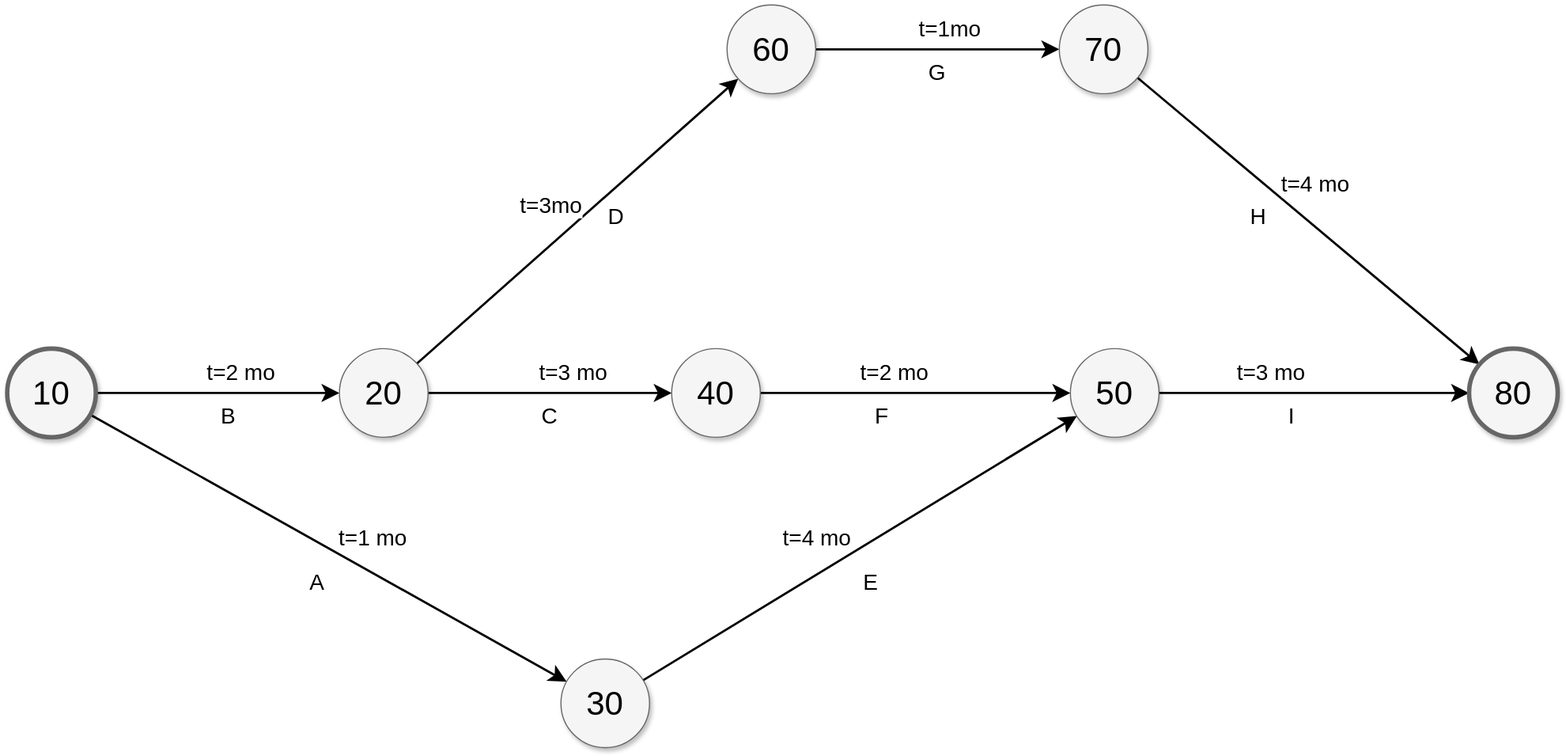
t0t/o1234-doc keeps this draw.io diagram as o1234-v2.drawio.svg. Above is the earlier version. Source tidied: cells renumbered, new cells last; positions are measured from the earlier drawing's top-left corner, leaving out a move shared by most shapes.
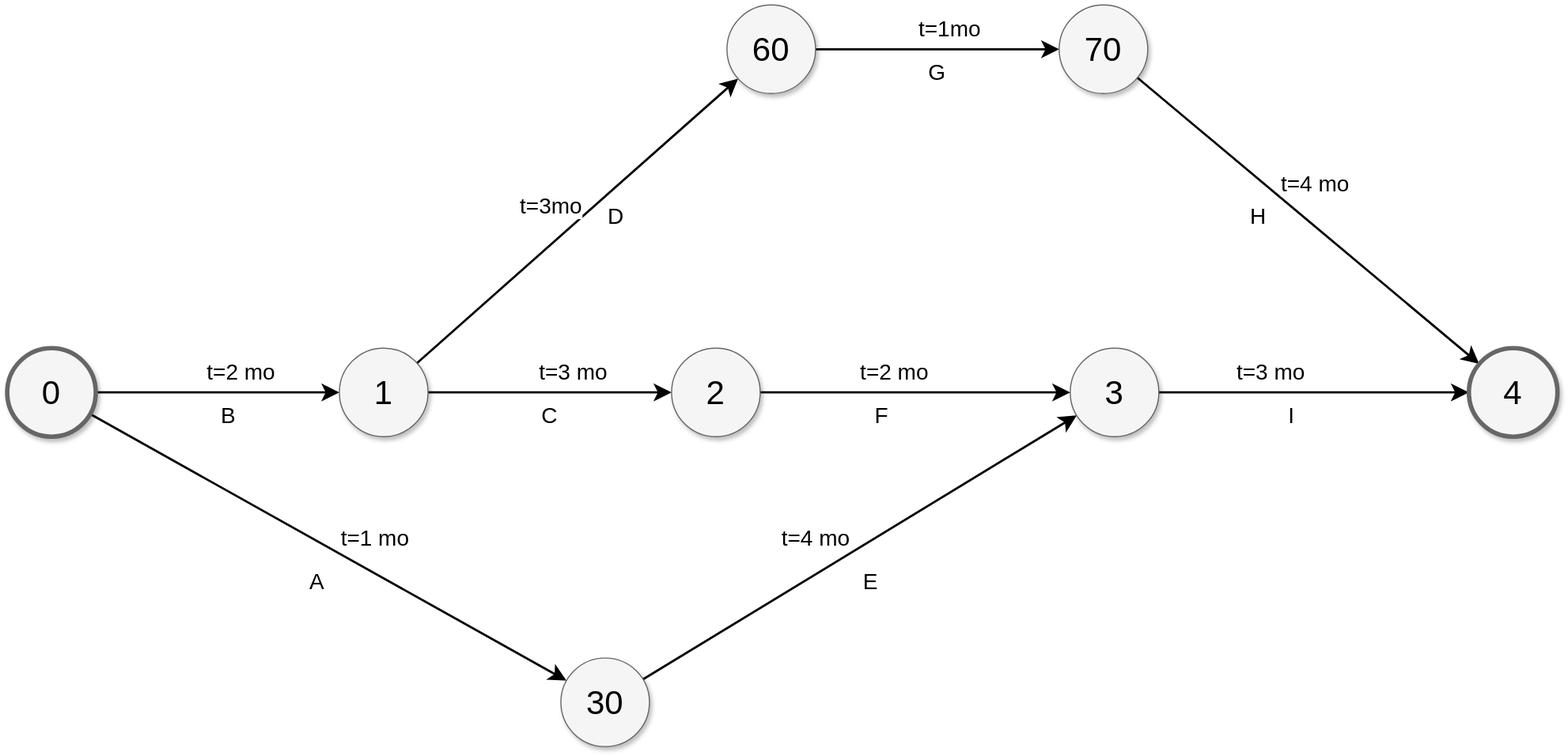
Later version of the same file.

Change to the diagram source:
```diff
@@ -18,7 +18,7 @@
         <mxPoint x="57" y="-3" as="offset" />
       </mxGeometry>
     </mxCell>
-    <mxCell id="6" value="10" style="ellipse;whiteSpace=wrap;html=1;rounded=0;shadow=1;strokeColor=#666666;strokeWidth=4;fontSize=30;align=center;fillColor=#f5f5f5;" parent="1" vertex="1">
+    <mxCell id="6" value="0" style="ellipse;whiteSpace=wrap;html=1;rounded=0;shadow=1;strokeColor=#666666;strokeWidth=4;fontSize=30;align=center;fillColor=#f5f5f5;" parent="1" vertex="1">
       <mxGeometry y="310" width="80" height="80" as="geometry" />
     </mxCell>
     <mxCell id="7" style="edgeStyle=none;curved=1;html=1;startSize=10;endFill=1;endSize=10;strokeWidth=2;fontSize=12;" parent="1" edge="1" source="11" target="23">
@@ -37,7 +37,7 @@
         <mxPoint x="-51" y="4" as="offset" />
       </mxGeometry>
     </mxCell>
-    <mxCell id="11" value="20" style="ellipse;whiteSpace=wrap;html=1;rounded=0;shadow=1;strokeColor=#666666;strokeWidth=1;fontSize=30;align=center;fillColor=#f5f5f5;" parent="1" vertex="1">
+    <mxCell id="11" value="1" style="ellipse;whiteSpace=wrap;html=1;rounded=0;shadow=1;strokeColor=#666666;strokeWidth=1;fontSize=30;align=center;fillColor=#f5f5f5;" parent="1" vertex="1">
       <mxGeometry x="300" y="310" width="80" height="80" as="geometry" />
     </mxCell>
     <mxCell id="12" style="edgeStyle=none;curved=1;html=1;startSize=10;endFill=1;endSize=10;strokeWidth=2;fontSize=12;" parent="1" edge="1" source="14" target="17">
@@ -59,7 +59,7 @@
         <mxPoint x="18" y="-21" as="offset" />
       </mxGeometry>
     </mxCell>
-    <mxCell id="17" value="50" style="ellipse;whiteSpace=wrap;html=1;rounded=0;shadow=1;strokeColor=#666666;strokeWidth=1;fontSize=30;align=center;fillColor=#f5f5f5;" parent="1" vertex="1">
+    <mxCell id="17" value="3" style="ellipse;whiteSpace=wrap;html=1;rounded=0;shadow=1;strokeColor=#666666;strokeWidth=1;fontSize=30;align=center;fillColor=#f5f5f5;" parent="1" vertex="1">
       <mxGeometry x="960" y="310" width="80" height="80" as="geometry" />
     </mxCell>
     <mxCell id="18" style="edgeStyle=none;curved=1;html=1;startSize=10;endFill=1;endSize=10;strokeWidth=2;fontSize=12;" parent="1" edge="1" source="20" target="26">
@@ -81,7 +81,7 @@
         <mxPoint x="29" y="-21" as="offset" />
       </mxGeometry>
     </mxCell>
-    <mxCell id="23" value="40" style="ellipse;whiteSpace=wrap;html=1;rounded=0;shadow=1;strokeColor=#666666;strokeWidth=1;fontSize=30;align=center;fillColor=#f5f5f5;" parent="1" vertex="1">
+    <mxCell id="23" value="2" style="ellipse;whiteSpace=wrap;html=1;rounded=0;shadow=1;strokeColor=#666666;strokeWidth=1;fontSize=30;align=center;fillColor=#f5f5f5;" parent="1" vertex="1">
       <mxGeometry x="600" y="310" width="80" height="80" as="geometry" />
     </mxCell>
     <mxCell id="24" style="edgeStyle=none;curved=1;html=1;startSize=10;endFill=1;endSize=10;strokeWidth=2;fontSize=12;" parent="1" edge="1" source="26" target="27">
@@ -95,7 +95,7 @@
     <mxCell id="26" value="70" style="ellipse;whiteSpace=wrap;html=1;rounded=0;shadow=1;strokeColor=#666666;strokeWidth=1;fontSize=30;align=center;fillColor=#f5f5f5;" parent="1" vertex="1">
       <mxGeometry x="950" width="80" height="80" as="geometry" />
     </mxCell>
-    <mxCell id="27" value="80" style="ellipse;whiteSpace=wrap;html=1;rounded=0;shadow=1;strokeColor=#666666;strokeWidth=4;fontSize=30;align=center;fillColor=#f5f5f5;" parent="1" vertex="1">
+    <mxCell id="27" value="4" style="ellipse;whiteSpace=wrap;html=1;rounded=0;shadow=1;strokeColor=#666666;strokeWidth=4;fontSize=30;align=center;fillColor=#f5f5f5;" parent="1" vertex="1">
       <mxGeometry x="1320" y="310" width="80" height="80" as="geometry" />
     </mxCell>
     <mxCell id="28" value="A" style="text;html=1;strokeColor=none;fillColor=none;align=center;verticalAlign=middle;whiteSpace=wrap;rounded=0;shadow=1;labelBackgroundColor=none;fontSize=20;" parent="1" vertex="1">
```
